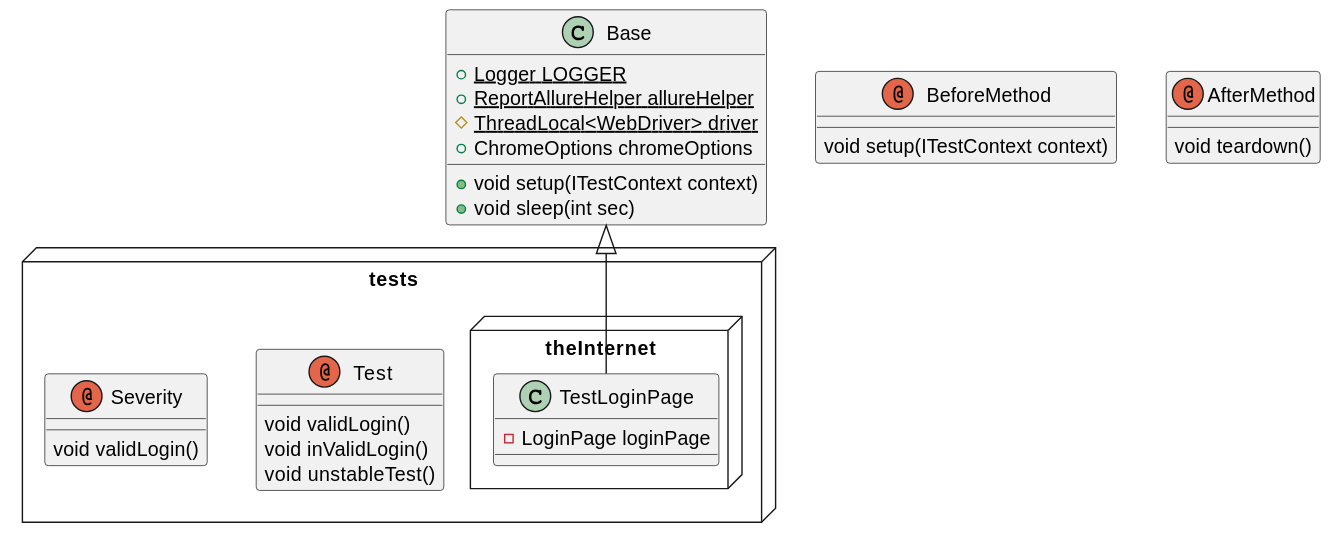
Above: out/docs/class-diagram/demo/Demo.svg in jagadeeshshetty/SeleniumMaven (PlantUML), before the change. Source of this version:
```plantuml
@startuml Demo

class Base {
  + {static} Logger LOGGER
  + {static} ReportAllureHelper allureHelper
  # {static} ThreadLocal<WebDriver> driver
  + ChromeOptions chromeOptions

  + void setup(ITestContext context)
  + void sleep(int sec)
}
annotation BeforeMethod {
  void setup(ITestContext context)
}

annotation AfterMethod {
  void teardown()
}

package tests <<Node>> {
  package theInternet <<Node>> {
  class TestLoginPage extends Base {
    - LoginPage loginPage
  }
}
annotation Test {
  void validLogin()
  void inValidLogin()
  void unstableTest()
}

annotation Severity {
  void validLogin()
}

@enduml
```
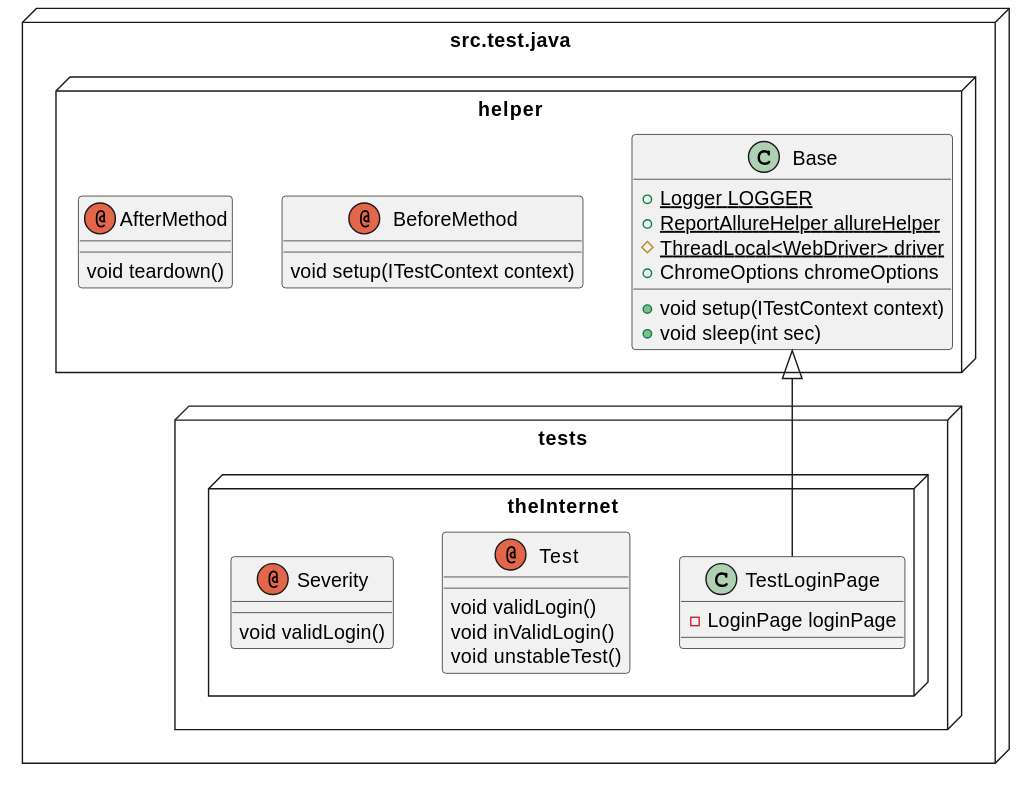
The same diagram one commit later.

Commit message:
uml: added package.

Diff of the diagram source:
```diff
@@ -1,4 +1,8 @@
 @startuml Demo
+
+package src.test.java <<Node>> {
+
+package helper <<Node>> {
 
 class Base {
   + {static} Logger LOGGER
@@ -12,9 +16,9 @@
 annotation BeforeMethod {
   void setup(ITestContext context)
 }
-
 annotation AfterMethod {
   void teardown()
+}
 }
 
 package tests <<Node>> {
@@ -22,15 +26,15 @@
   class TestLoginPage extends Base {
     - LoginPage loginPage
   }
-}
 annotation Test {
   void validLogin()
   void inValidLogin()
   void unstableTest()
 }
-
 annotation Severity {
   void validLogin()
 }
+}
+}
 
 @enduml
```
